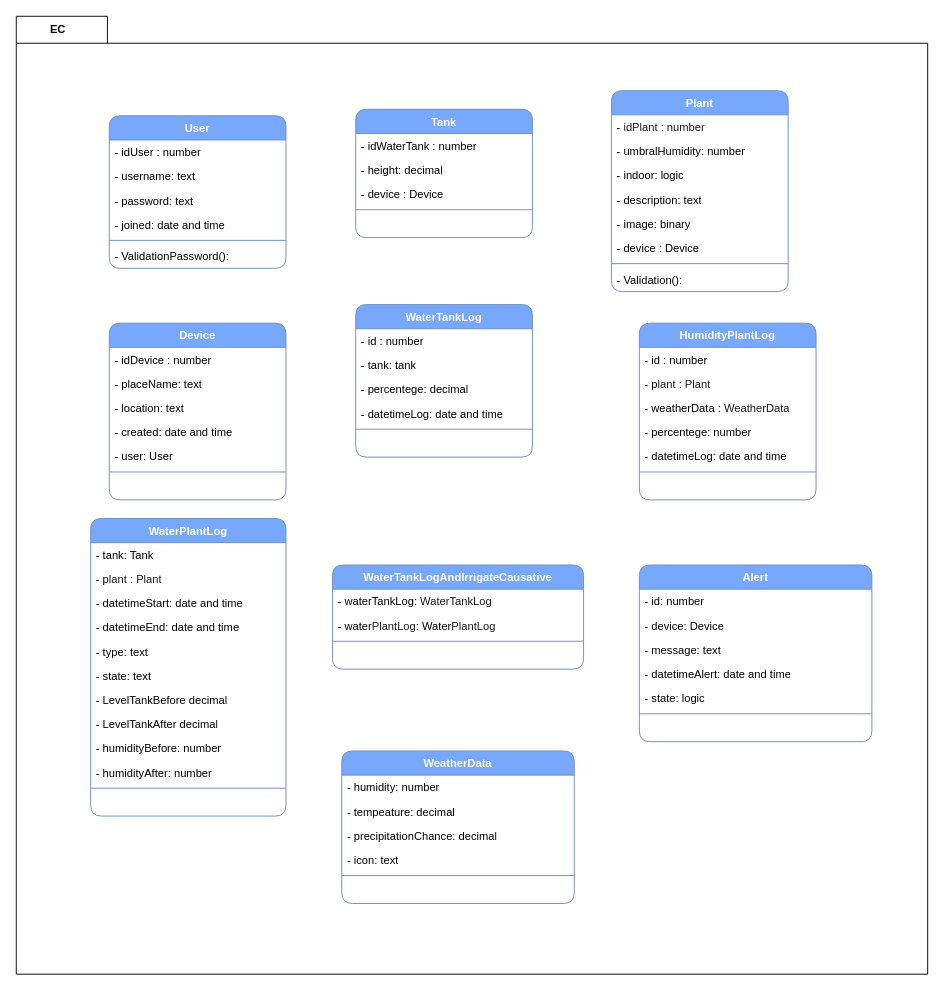
The draw.io diagram Diagramas/ArquitecturaEnCapas.drawio in Agustin15/AquaControl, before the edit. Source tidied: cells renumbered, new cells numbered last; positions are measured from the earlier drawing's top-left corner, leaving out a move shared by most shapes. Both pictures are drawn from the tidied source at 93%, with x=0, y=0 at pixel (16, 16).
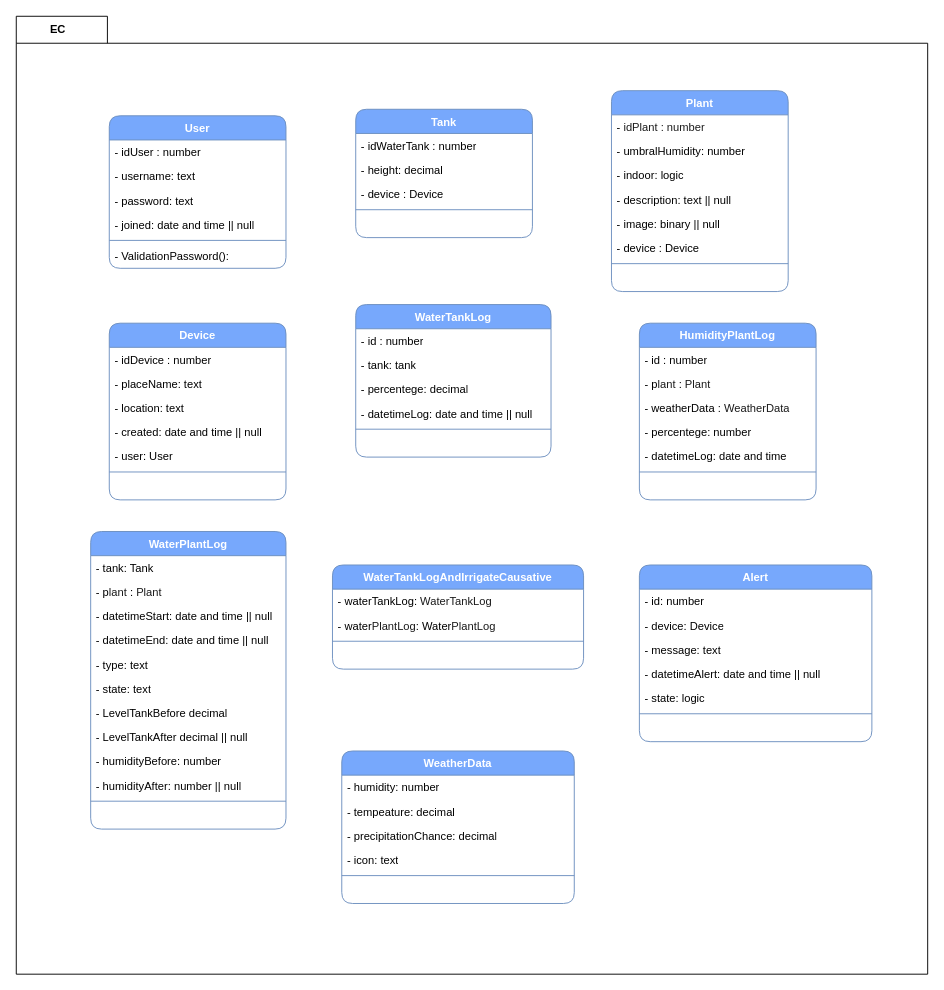
The same diagram, later.

Commit message:
EC class diagram updated

The change refers to these unchanged cells:
```xml
<mxCell id="31" value="&lt;font style=&quot;color: rgb(255, 255, 255);&quot;&gt;Alert&lt;/font&gt;" style="swimlane;fontStyle=1;align=center;verticalAlign=top;horizontal=1;startSize=26;whiteSpace=wrap;html=1;rounded=1;fillColor=#77A8FC;strokeColor=#6c8ebf;" parent="1" vertex="1">
  <mxGeometry x="670" y="590" width="250" height="190" as="geometry" />
</mxCell>
<mxCell id="46" value="&lt;span style=&quot;color: rgb(255, 255, 255);&quot;&gt;Plant&lt;/span&gt;" style="swimlane;fontStyle=1;align=center;verticalAlign=top;horizontal=1;startSize=26;whiteSpace=wrap;html=1;rounded=1;fillColor=#77A8FC;strokeColor=#6c8ebf;" parent="1" vertex="1">
  <mxGeometry x="640" y="80" width="190" height="216" as="geometry" />
</mxCell>
<mxCell id="55" value="&lt;font color=&quot;#ffffff&quot;&gt;User&lt;/font&gt;" style="swimlane;fontStyle=1;align=center;verticalAlign=top;horizontal=1;startSize=26;whiteSpace=wrap;html=1;rounded=1;fillColor=#77A8FC;strokeColor=#6c8ebf;" parent="1" vertex="1">
  <mxGeometry x="100" y="107" width="190" height="164" as="geometry" />
</mxCell>
<mxCell id="62" value="&lt;font color=&quot;#ffffff&quot;&gt;Device&lt;/font&gt;" style="swimlane;fontStyle=1;align=center;verticalAlign=top;horizontal=1;startSize=26;whiteSpace=wrap;html=1;rounded=1;fillColor=#77A8FC;strokeColor=#6c8ebf;" parent="1" vertex="1">
  <mxGeometry x="100" y="330" width="190" height="190" as="geometry" />
</mxCell>
```

What changed in the source:
```diff
@@
     <mxCell id="3" value="&lt;font style=&quot;color: rgb(255, 255, 255);&quot;&gt;WaterTankLog&lt;/font&gt;" style="swimlane;fontStyle=1;align=center;verticalAlign=top;horizontal=1;startSize=26;whiteSpace=wrap;html=1;rounded=1;fillColor=#77A8FC;strokeColor=#6c8ebf;" parent="1" vertex="1">
-      <mxGeometry x="365" y="310" width="190" height="164" as="geometry" />
+      <mxGeometry x="365" y="310" width="210" height="164" as="geometry" />
     </mxCell>
     <mxCell id="4" value="-&amp;nbsp;id : number" style="text;strokeColor=none;fillColor=none;align=left;verticalAlign=top;spacingLeft=4;spacingRight=4;overflow=hidden;whiteSpace=wrap;html=1;" parent="3" vertex="1">
-      <mxGeometry y="26" width="190" height="26" as="geometry" />
+      <mxGeometry y="26" width="210" height="26" as="geometry" />
     </mxCell>
     <mxCell id="5" value="-&amp;nbsp;tank: tank" style="text;strokeColor=none;fillColor=none;align=left;verticalAlign=top;spacingLeft=4;spacingRight=4;overflow=hidden;whiteSpace=wrap;html=1;" parent="3" vertex="1">
-      <mxGeometry y="52" width="190" height="26" as="geometry" />
+      <mxGeometry y="52" width="210" height="26" as="geometry" />
     </mxCell>
     <mxCell id="6" value="-&amp;nbsp;percentege: decimal" style="text;strokeColor=none;fillColor=none;align=left;verticalAlign=top;spacingLeft=4;spacingRight=4;overflow=hidden;whiteSpace=wrap;html=1;" parent="3" vertex="1">
-      <mxGeometry y="78" width="190" height="26" as="geometry" />
+      <mxGeometry y="78" width="210" height="26" as="geometry" />
     </mxCell>
-    <mxCell id="7" value="-&amp;nbsp;datetimeLog: date and time" style="text;strokeColor=none;fillColor=none;align=left;verticalAlign=top;spacingLeft=4;spacingRight=4;overflow=hidden;whiteSpace=wrap;html=1;" parent="3" vertex="1">
-      <mxGeometry y="104" width="190" height="26" as="geometry" />
+    <mxCell id="7" value="-&amp;nbsp;datetimeLog: date and time || null" style="text;strokeColor=none;fillColor=none;align=left;verticalAlign=top;spacingLeft=4;spacingRight=4;overflow=hidden;whiteSpace=wrap;html=1;" parent="3" vertex="1">
+      <mxGeometry y="104" width="210" height="26" as="geometry" />
     </mxCell>
     <mxCell id="8" style="line;strokeWidth=1;fillColor=none;align=left;verticalAlign=middle;spacingTop=-1;spacingLeft=3;spacingRight=3;labelPosition=right;strokeColor=inherit;" parent="3" vertex="1">
-      <mxGeometry y="130" width="190" height="8" as="geometry" />
+      <mxGeometry y="130" width="210" height="8" as="geometry" />
     </mxCell>
     <mxCell id="9" value="&amp;nbsp;" style="text;strokeColor=none;fillColor=none;align=left;verticalAlign=top;spacingLeft=4;spacingRight=4;overflow=hidden;whiteSpace=wrap;html=1;" parent="3" vertex="1">
-      <mxGeometry y="138" width="190" height="26" as="geometry" />
+      <mxGeometry y="138" width="210" height="26" as="geometry" />
     </mxCell>
@@
     <mxCell id="18" value="&lt;font style=&quot;color: rgb(255, 255, 255);&quot;&gt;WaterPlantLog&lt;/font&gt;" style="swimlane;fontStyle=1;align=center;verticalAlign=top;horizontal=1;startSize=26;whiteSpace=wrap;html=1;rounded=1;fillColor=#77A8FC;strokeColor=#6c8ebf;" parent="1" vertex="1">
-      <mxGeometry x="80" y="540" width="210" height="320" as="geometry" />
+      <mxGeometry x="80" y="554" width="210" height="320" as="geometry" />
     </mxCell>
@@
-    <mxCell id="21" value="-&amp;nbsp;datetimeStart: date and time" style="text;strokeColor=none;fillColor=none;align=left;verticalAlign=top;spacingLeft=4;spacingRight=4;overflow=hidden;whiteSpace=wrap;html=1;" parent="18" vertex="1">
+    <mxCell id="21" value="-&amp;nbsp;datetimeStart: date and time || null" style="text;strokeColor=none;fillColor=none;align=left;verticalAlign=top;spacingLeft=4;spacingRight=4;overflow=hidden;whiteSpace=wrap;html=1;" parent="18" vertex="1">
       <mxGeometry y="78" width="210" height="26" as="geometry" />
     </mxCell>
-    <mxCell id="22" value="-&amp;nbsp;datetimeEnd: date and time" style="text;strokeColor=none;fillColor=none;align=left;verticalAlign=top;spacingLeft=4;spacingRight=4;overflow=hidden;whiteSpace=wrap;html=1;" parent="18" vertex="1">
+    <mxCell id="22" value="-&amp;nbsp;datetimeEnd: date and time || null" style="text;strokeColor=none;fillColor=none;align=left;verticalAlign=top;spacingLeft=4;spacingRight=4;overflow=hidden;whiteSpace=wrap;html=1;" parent="18" vertex="1">
       <mxGeometry y="104" width="210" height="26" as="geometry" />
     </mxCell>
@@
-    <mxCell id="26" value="- LevelTankAfter decimal" style="text;strokeColor=none;fillColor=none;align=left;verticalAlign=top;spacingLeft=4;spacingRight=4;overflow=hidden;whiteSpace=wrap;html=1;" parent="18" vertex="1">
+    <mxCell id="26" value="- LevelTankAfter decimal || null" style="text;strokeColor=none;fillColor=none;align=left;verticalAlign=top;spacingLeft=4;spacingRight=4;overflow=hidden;whiteSpace=wrap;html=1;" parent="18" vertex="1">
       <mxGeometry y="208" width="210" height="26" as="geometry" />
     </mxCell>
@@
-    <mxCell id="28" value="-&amp;nbsp;humidityAfter: number" style="text;strokeColor=none;fillColor=none;align=left;verticalAlign=top;spacingLeft=4;spacingRight=4;overflow=hidden;whiteSpace=wrap;html=1;" parent="18" vertex="1">
+    <mxCell id="28" value="-&amp;nbsp;humidityAfter: number || null" style="text;strokeColor=none;fillColor=none;align=left;verticalAlign=top;spacingLeft=4;spacingRight=4;overflow=hidden;whiteSpace=wrap;html=1;" parent="18" vertex="1">
       <mxGeometry y="260" width="210" height="26" as="geometry" />
     </mxCell>
@@
-    <mxCell id="35" value="-&amp;nbsp;datetimeAlert: date and time" style="text;strokeColor=none;fillColor=none;align=left;verticalAlign=top;spacingLeft=4;spacingRight=4;overflow=hidden;whiteSpace=wrap;html=1;" parent="31" vertex="1">
+    <mxCell id="35" value="-&amp;nbsp;datetimeAlert: date and time || null" style="text;strokeColor=none;fillColor=none;align=left;verticalAlign=top;spacingLeft=4;spacingRight=4;overflow=hidden;whiteSpace=wrap;html=1;" parent="31" vertex="1">
       <mxGeometry y="104" width="250" height="26" as="geometry" />
     </mxCell>
@@
-    <mxCell id="50" value="-&amp;nbsp;description: text" style="text;strokeColor=none;fillColor=none;align=left;verticalAlign=top;spacingLeft=4;spacingRight=4;overflow=hidden;whiteSpace=wrap;html=1;" parent="46" vertex="1">
+    <mxCell id="50" value="-&amp;nbsp;description: text || null" style="text;strokeColor=none;fillColor=none;align=left;verticalAlign=top;spacingLeft=4;spacingRight=4;overflow=hidden;whiteSpace=wrap;html=1;" parent="46" vertex="1">
       <mxGeometry y="104" width="190" height="26" as="geometry" />
     </mxCell>
-    <mxCell id="51" value="-&amp;nbsp;image: binary" style="text;strokeColor=none;fillColor=none;align=left;verticalAlign=top;spacingLeft=4;spacingRight=4;overflow=hidden;whiteSpace=wrap;html=1;" parent="46" vertex="1">
+    <mxCell id="51" value="-&amp;nbsp;image: binary || null" style="text;strokeColor=none;fillColor=none;align=left;verticalAlign=top;spacingLeft=4;spacingRight=4;overflow=hidden;whiteSpace=wrap;html=1;" parent="46" vertex="1">
       <mxGeometry y="130" width="190" height="26" as="geometry" />
     </mxCell>
@@
-    <mxCell id="54" value="-&amp;nbsp;Validation():" style="text;strokeColor=none;fillColor=none;align=left;verticalAlign=top;spacingLeft=4;spacingRight=4;overflow=hidden;whiteSpace=wrap;html=1;" parent="46" vertex="1">
+    <mxCell id="54" value="&amp;nbsp;" style="text;strokeColor=none;fillColor=none;align=left;verticalAlign=top;spacingLeft=4;spacingRight=4;overflow=hidden;whiteSpace=wrap;html=1;" parent="46" vertex="1">
       <mxGeometry y="190" width="190" height="26" as="geometry" />
     </mxCell>
@@
-    <mxCell id="59" value="- joined: date and time" style="text;strokeColor=none;fillColor=none;align=left;verticalAlign=top;spacingLeft=4;spacingRight=4;overflow=hidden;whiteSpace=wrap;html=1;" parent="55" vertex="1">
+    <mxCell id="59" value="- joined: date and time || null" style="text;strokeColor=none;fillColor=none;align=left;verticalAlign=top;spacingLeft=4;spacingRight=4;overflow=hidden;whiteSpace=wrap;html=1;" parent="55" vertex="1">
       <mxGeometry y="104" width="190" height="26" as="geometry" />
     </mxCell>
@@
-    <mxCell id="66" value="- created: date and time" style="text;strokeColor=none;fillColor=none;align=left;verticalAlign=top;spacingLeft=4;spacingRight=4;overflow=hidden;whiteSpace=wrap;html=1;" parent="62" vertex="1">
+    <mxCell id="66" value="- created: date and time || null" style="text;strokeColor=none;fillColor=none;align=left;verticalAlign=top;spacingLeft=4;spacingRight=4;overflow=hidden;whiteSpace=wrap;html=1;" parent="62" vertex="1">
       <mxGeometry y="104" width="190" height="26" as="geometry" />
     </mxCell>
```
